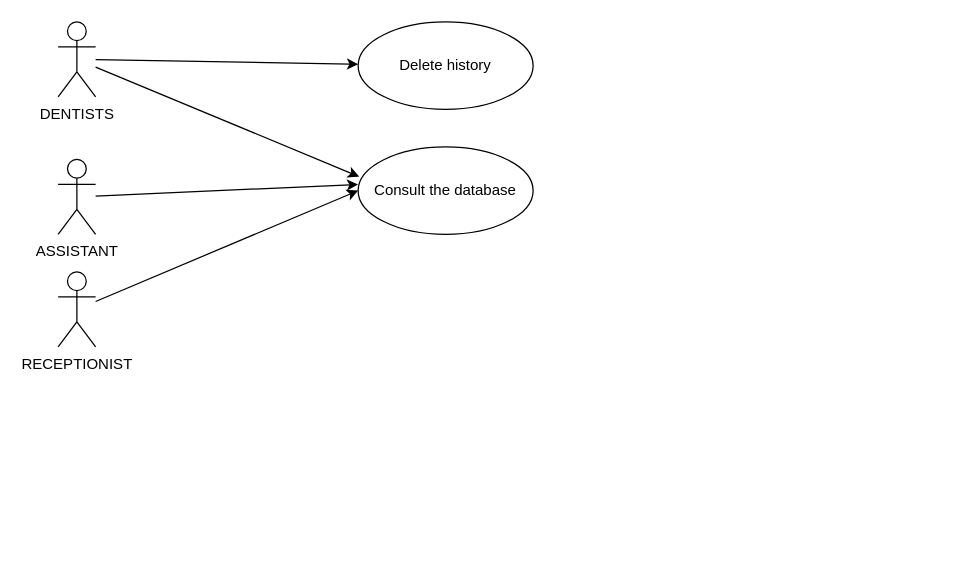
Earlier version of the draw.io diagram doc/diagrams/useCase1.drawio (DanielColado/softwareEngineering). Source tidied: cells renumbered, new cells numbered last; positions are measured from the earlier drawing's top-left corner, leaving out a move shared by most shapes. Both pictures are drawn from the tidied source at 125%, with x=0, y=0 at pixel (58, 21).
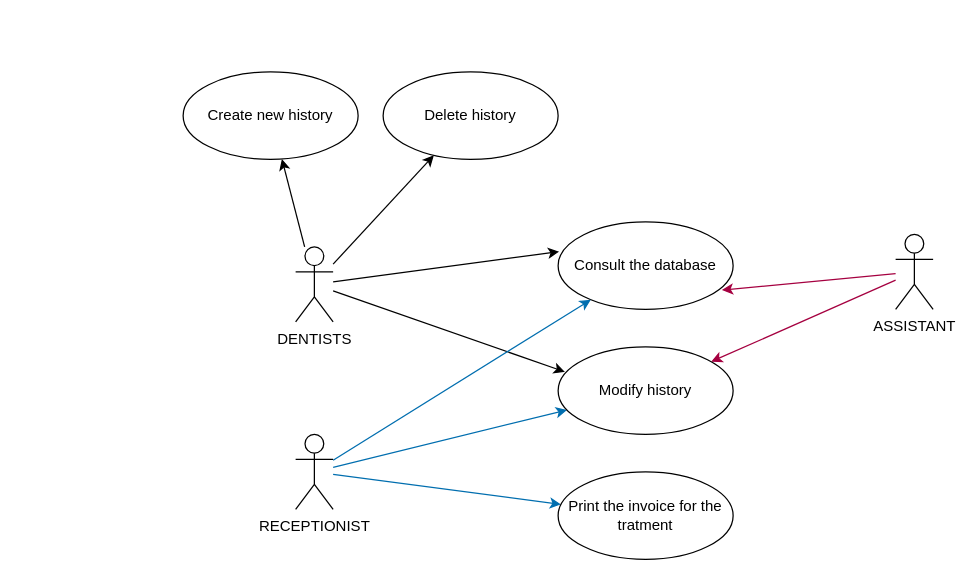
The same diagram, later.

Commit message (it also covers changes not shown here):
Use case 1 finish (need review)

Change to the diagram source:
```diff
@@
 <mxGraphModel>
   <root>
     <mxCell id="0" />
     <mxCell id="1" parent="0" />
     <mxCell id="2" style="edgeStyle=none;html=1;entryX=0.006;entryY=0.34;entryDx=0;entryDy=0;entryPerimeter=0;" parent="1" edge="1" source="4" target="5">
       <mxGeometry relative="1" as="geometry" />
     </mxCell>
     <mxCell id="3" style="edgeStyle=none;html=1;" parent="1" edge="1" source="4" target="10">
       <mxGeometry relative="1" as="geometry" />
     </mxCell>
+    <mxCell id="11" style="edgeStyle=none;html=1;entryX=0.039;entryY=0.286;entryDx=0;entryDy=0;entryPerimeter=0;" parent="1" edge="1" source="4" target="16">
+      <mxGeometry relative="1" as="geometry" />
+    </mxCell>
+    <mxCell id="12" style="edgeStyle=none;html=1;" parent="1" edge="1" source="4" target="17">
+      <mxGeometry relative="1" as="geometry" />
+    </mxCell>
     <mxCell id="4" value="DENTISTS" style="shape=umlActor;verticalLabelPosition=bottom;verticalAlign=top;html=1;" parent="1" vertex="1">
-      <mxGeometry width="30" height="60" as="geometry" />
+      <mxGeometry x="190" y="180" width="30" height="60" as="geometry" />
     </mxCell>
     <mxCell id="5" value="Consult the database" style="ellipse;whiteSpace=wrap;html=1;" parent="1" vertex="1">
-      <mxGeometry x="240" y="100" width="140" height="70" as="geometry" />
+      <mxGeometry x="400" y="160" width="140" height="70" as="geometry" />
     </mxCell>
-    <mxCell id="6" style="edgeStyle=none;html=1;entryX=0;entryY=0.429;entryDx=0;entryDy=0;entryPerimeter=0;" parent="1" edge="1" source="7" target="5">
+    <mxCell id="6" style="edgeStyle=none;html=1;entryX=0.936;entryY=0.779;entryDx=0;entryDy=0;entryPerimeter=0;fillColor=#d80073;strokeColor=#A50040;" parent="1" edge="1" source="7" target="5">
       <mxGeometry relative="1" as="geometry" />
     </mxCell>
+    <mxCell id="13" style="edgeStyle=none;html=1;fillColor=#d80073;strokeColor=#A50040;" parent="1" edge="1" source="7" target="16">
+      <mxGeometry relative="1" as="geometry" />
+    </mxCell>
     <mxCell id="7" value="ASSISTANT" style="shape=umlActor;verticalLabelPosition=bottom;verticalAlign=top;html=1;" parent="1" vertex="1">
-      <mxGeometry y="110" width="30" height="60" as="geometry" />
+      <mxGeometry x="670" y="170" width="30" height="60" as="geometry" />
     </mxCell>
-    <mxCell id="8" style="edgeStyle=none;html=1;entryX=0;entryY=0.5;entryDx=0;entryDy=0;" parent="1" edge="1" source="9" target="5">
+    <mxCell id="8" style="edgeStyle=none;html=1;fillColor=#1ba1e2;strokeColor=#006EAF;" parent="1" edge="1" source="9" target="5">
       <mxGeometry relative="1" as="geometry" />
     </mxCell>
+    <mxCell id="14" style="edgeStyle=none;html=1;fillColor=#1ba1e2;strokeColor=#006EAF;" parent="1" edge="1" source="9" target="16">
+      <mxGeometry relative="1" as="geometry" />
+    </mxCell>
+    <mxCell id="15" style="edgeStyle=none;html=1;fillColor=#1ba1e2;strokeColor=#006EAF;" parent="1" edge="1" source="9" target="18">
+      <mxGeometry relative="1" as="geometry" />
+    </mxCell>
     <mxCell id="9" value="RECEPTIONIST" style="shape=umlActor;verticalLabelPosition=bottom;verticalAlign=top;html=1;" parent="1" vertex="1">
-      <mxGeometry y="200" width="30" height="60" as="geometry" />
+      <mxGeometry x="190" y="330" width="30" height="60" as="geometry" />
     </mxCell>
     <mxCell id="10" value="Delete history" style="ellipse;whiteSpace=wrap;html=1;" parent="1" vertex="1">
-      <mxGeometry x="240" width="140" height="70" as="geometry" />
+      <mxGeometry x="260" y="40" width="140" height="70" as="geometry" />
     </mxCell>
+    <mxCell id="16" value="Modify history" style="ellipse;whiteSpace=wrap;html=1;" parent="1" vertex="1">
+      <mxGeometry x="400" y="260" width="140" height="70" as="geometry" />
+    </mxCell>
+    <mxCell id="17" value="Create new history" style="ellipse;whiteSpace=wrap;html=1;" parent="1" vertex="1">
+      <mxGeometry x="100" y="40" width="140" height="70" as="geometry" />
+    </mxCell>
+    <mxCell id="18" value="Print the invoice for the tratment" style="ellipse;whiteSpace=wrap;html=1;" parent="1" vertex="1">
+      <mxGeometry x="400" y="360" width="140" height="70" as="geometry" />
+    </mxCell>
   </root>
 </mxGraphModel>
```
